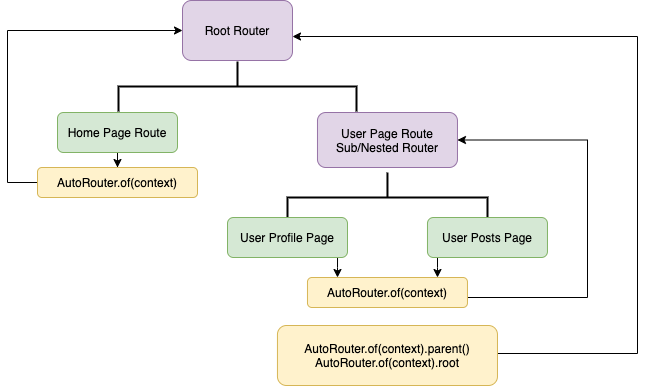
Before: art/scoped_routers_demo.png, a diagram exported from draw.io (Milad-Akarie/auto_route_library). Source tidied: cells renumbered, new cells last; positions are measured from the earlier drawing's top-left corner, leaving out a move shared by most shapes. The source it was exported from:
```xml
<mxGraphModel background="#FFFFFF">
  <root>
    <mxCell id="0" />
    <mxCell id="1" parent="0" />
    <mxCell id="2" value="Root Router" style="rounded=1;whiteSpace=wrap;html=1;fillColor=#e1d5e7;strokeColor=#9673a6;" parent="1" vertex="1">
      <mxGeometry x="175" y="33" width="110" height="60" as="geometry" />
    </mxCell>
    <mxCell id="3" style="edgeStyle=orthogonalEdgeStyle;rounded=0;orthogonalLoop=1;jettySize=auto;html=1;exitX=0.5;exitY=1;exitDx=0;exitDy=0;" parent="1" edge="1" source="2" target="2">
      <mxGeometry relative="1" as="geometry" />
    </mxCell>
    <mxCell id="4" style="edgeStyle=orthogonalEdgeStyle;rounded=0;jettySize=auto;html=1;entryX=0.5;entryY=0;entryDx=0;entryDy=0;" parent="1" edge="1" source="5" target="16">
      <mxGeometry relative="1" as="geometry" />
    </mxCell>
    <mxCell id="5" value="Home Page Route" style="rounded=1;whiteSpace=wrap;html=1;fillColor=#d5e8d4;strokeColor=#82b366;" parent="1" vertex="1">
      <mxGeometry x="50" y="145" width="120" height="40" as="geometry" />
    </mxCell>
    <mxCell id="6" value="User Page Route&lt;br&gt;Sub/Nested Router" style="rounded=1;whiteSpace=wrap;html=1;fillColor=#e1d5e7;strokeColor=#9673a6;" parent="1" vertex="1">
      <mxGeometry x="310" y="145" width="140" height="55" as="geometry" />
    </mxCell>
    <mxCell id="7" style="strokeWidth=2;html=1;shape=mxgraph.flowchart.annotation_2;align=left;labelPosition=right;fillColor=#FFCCE6;rotation=90;" parent="1" vertex="1">
      <mxGeometry x="205" width="50" height="238" as="geometry" />
    </mxCell>
    <mxCell id="8" style="strokeWidth=2;html=1;shape=mxgraph.flowchart.annotation_2;align=left;labelPosition=right;fillColor=#FFCCE6;rotation=90;" parent="1" vertex="1">
      <mxGeometry x="355" y="130" width="50" height="200" as="geometry" />
    </mxCell>
    <mxCell id="9" style="edgeStyle=orthogonalEdgeStyle;rounded=0;jettySize=auto;html=1;exitX=0.917;exitY=1;exitDx=0;exitDy=0;exitPerimeter=0;" parent="1" edge="1" source="10" target="14">
      <mxGeometry relative="1" as="geometry">
        <Array as="points">
          <mxPoint x="330" y="300" />
          <mxPoint x="330" y="300" />
        </Array>
      </mxGeometry>
    </mxCell>
    <mxCell id="10" value="User Profile Page" style="rounded=1;whiteSpace=wrap;html=1;fillColor=#d5e8d4;strokeColor=#82b366;" parent="1" vertex="1">
      <mxGeometry x="220" y="250" width="120" height="40" as="geometry" />
    </mxCell>
    <mxCell id="11" style="edgeStyle=orthogonalEdgeStyle;rounded=0;jettySize=auto;html=1;" parent="1" edge="1" source="12" target="14">
      <mxGeometry relative="1" as="geometry">
        <Array as="points">
          <mxPoint x="430" y="300" />
          <mxPoint x="430" y="300" />
        </Array>
      </mxGeometry>
    </mxCell>
    <mxCell id="12" value="User Posts Page" style="rounded=1;whiteSpace=wrap;html=1;fillColor=#d5e8d4;strokeColor=#82b366;" parent="1" vertex="1">
      <mxGeometry x="420" y="250" width="120" height="40" as="geometry" />
    </mxCell>
    <mxCell id="13" style="edgeStyle=orthogonalEdgeStyle;rounded=0;jettySize=auto;html=1;entryX=1;entryY=0.5;entryDx=0;entryDy=0;" parent="1" edge="1" source="14" target="6">
      <mxGeometry relative="1" as="geometry">
        <Array as="points">
          <mxPoint x="580" y="330" />
          <mxPoint x="580" y="173" />
        </Array>
      </mxGeometry>
    </mxCell>
    <mxCell id="14" value="AutoRouter.of(context)" style="rounded=1;whiteSpace=wrap;html=1;fillColor=#fff2cc;strokeColor=#d6b656;" parent="1" vertex="1">
      <mxGeometry x="300" y="310" width="160" height="30" as="geometry" />
    </mxCell>
    <mxCell id="15" style="edgeStyle=orthogonalEdgeStyle;rounded=0;jettySize=auto;html=1;entryX=0;entryY=0.5;entryDx=0;entryDy=0;" parent="1" edge="1" source="16" target="2">
      <mxGeometry relative="1" as="geometry">
        <Array as="points">
          <mxPoint y="215" />
          <mxPoint y="63" />
        </Array>
      </mxGeometry>
    </mxCell>
    <mxCell id="16" value="AutoRouter.of(context)" style="rounded=1;whiteSpace=wrap;html=1;fillColor=#fff2cc;strokeColor=#d6b656;" parent="1" vertex="1">
      <mxGeometry x="30" y="200" width="160" height="30" as="geometry" />
    </mxCell>
    <mxCell id="17" style="edgeStyle=orthogonalEdgeStyle;rounded=0;orthogonalLoop=1;jettySize=auto;html=1;entryX=1;entryY=0.5;entryDx=0;entryDy=0;" parent="1" edge="1">
      <mxGeometry relative="1" as="geometry">
        <mxPoint x="490" y="386" as="sourcePoint" />
        <mxPoint x="285" y="69" as="targetPoint" />
        <Array as="points">
          <mxPoint x="630" y="386" />
          <mxPoint x="630" y="69" />
        </Array>
      </mxGeometry>
    </mxCell>
    <mxCell id="18" value="AutoRouter.of(context).parent()&lt;br&gt;AutoRouter.of(context).root" style="rounded=1;whiteSpace=wrap;html=1;fillColor=#fff2cc;strokeColor=#d6b656;" parent="1" vertex="1">
      <mxGeometry x="269.9" y="358" width="220" height="60" as="geometry" />
    </mxCell>
  </root>
</mxGraphModel>
```
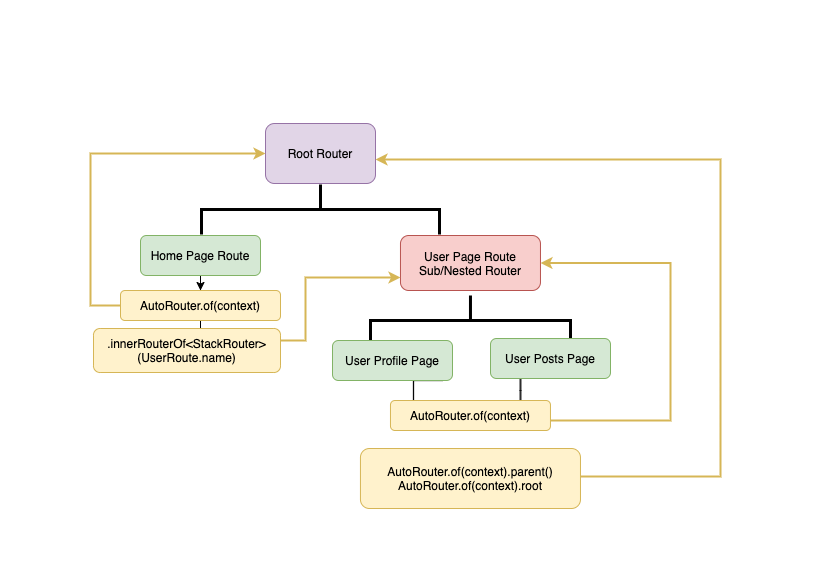
Later version of the same file.

Commit message:
Fix path parameters are assigned an undefined var when alias is different than param name.

What changed in the source:
```diff
@@ -14,27 +14,26 @@
     <mxCell id="5" value="Home Page Route" style="rounded=1;whiteSpace=wrap;html=1;fillColor=#d5e8d4;strokeColor=#82b366;" parent="1" vertex="1">
       <mxGeometry x="50" y="145" width="120" height="40" as="geometry" />
     </mxCell>
-    <mxCell id="6" value="User Page Route&lt;br&gt;Sub/Nested Router" style="rounded=1;whiteSpace=wrap;html=1;fillColor=#e1d5e7;strokeColor=#9673a6;" parent="1" vertex="1">
+    <mxCell id="6" value="User Page Route&lt;br&gt;Sub/Nested Router" style="rounded=1;whiteSpace=wrap;html=1;fillColor=#f8cecc;strokeColor=#b85450;" parent="1" vertex="1">
       <mxGeometry x="310" y="145" width="140" height="55" as="geometry" />
     </mxCell>
-    <mxCell id="7" style="strokeWidth=2;html=1;shape=mxgraph.flowchart.annotation_2;align=left;labelPosition=right;fillColor=#FFCCE6;rotation=90;" parent="1" vertex="1">
+    <mxCell id="7" style="strokeWidth=3;html=1;shape=mxgraph.flowchart.annotation_2;align=left;labelPosition=right;fillColor=#FFCCE6;rotation=90;" parent="1" vertex="1">
       <mxGeometry x="205" width="50" height="238" as="geometry" />
     </mxCell>
-    <mxCell id="8" style="strokeWidth=2;html=1;shape=mxgraph.flowchart.annotation_2;align=left;labelPosition=right;fillColor=#FFCCE6;rotation=90;" parent="1" vertex="1">
+    <mxCell id="8" style="strokeWidth=3;html=1;shape=mxgraph.flowchart.annotation_2;align=left;labelPosition=right;fillColor=#FFCCE6;rotation=90;" parent="1" vertex="1">
       <mxGeometry x="355" y="130" width="50" height="200" as="geometry" />
     </mxCell>
-    <mxCell id="9" style="edgeStyle=orthogonalEdgeStyle;rounded=0;jettySize=auto;html=1;exitX=0.917;exitY=1;exitDx=0;exitDy=0;exitPerimeter=0;" parent="1" edge="1" source="10" target="14">
+    <mxCell id="9" style="edgeStyle=orthogonalEdgeStyle;rounded=0;jettySize=auto;html=1;exitX=0.917;exitY=1;exitDx=0;exitDy=0;exitPerimeter=0;shape=link;width=0.2777777777777768;" parent="1" edge="1" source="10" target="14">
       <mxGeometry relative="1" as="geometry">
         <Array as="points">
-          <mxPoint x="330" y="300" />
-          <mxPoint x="330" y="300" />
+          <mxPoint x="323" y="290" />
         </Array>
       </mxGeometry>
     </mxCell>
     <mxCell id="10" value="User Profile Page" style="rounded=1;whiteSpace=wrap;html=1;fillColor=#d5e8d4;strokeColor=#82b366;" parent="1" vertex="1">
-      <mxGeometry x="220" y="250" width="120" height="40" as="geometry" />
+      <mxGeometry x="242" y="250" width="120" height="40" as="geometry" />
     </mxCell>
-    <mxCell id="11" style="edgeStyle=orthogonalEdgeStyle;rounded=0;jettySize=auto;html=1;" parent="1" edge="1" source="12" target="14">
+    <mxCell id="11" style="edgeStyle=orthogonalEdgeStyle;rounded=0;jettySize=auto;html=1;shape=link;width=-0.8333333333333339;" parent="1" edge="1" source="12" target="14">
       <mxGeometry relative="1" as="geometry">
         <Array as="points">
           <mxPoint x="430" y="300" />
@@ -43,9 +42,9 @@
       </mxGeometry>
     </mxCell>
     <mxCell id="12" value="User Posts Page" style="rounded=1;whiteSpace=wrap;html=1;fillColor=#d5e8d4;strokeColor=#82b366;" parent="1" vertex="1">
-      <mxGeometry x="420" y="250" width="120" height="40" as="geometry" />
+      <mxGeometry x="400" y="248" width="120" height="40" as="geometry" />
     </mxCell>
-    <mxCell id="13" style="edgeStyle=orthogonalEdgeStyle;rounded=0;jettySize=auto;html=1;entryX=1;entryY=0.5;entryDx=0;entryDy=0;" parent="1" edge="1" source="14" target="6">
+    <mxCell id="13" style="edgeStyle=orthogonalEdgeStyle;rounded=0;jettySize=auto;html=1;entryX=1;entryY=0.5;entryDx=0;entryDy=0;strokeWidth=2;fillColor=#fff2cc;strokeColor=#d6b656;" parent="1" edge="1" source="14" target="6">
       <mxGeometry relative="1" as="geometry">
         <Array as="points">
           <mxPoint x="580" y="330" />
@@ -56,7 +55,7 @@
     <mxCell id="14" value="AutoRouter.of(context)" style="rounded=1;whiteSpace=wrap;html=1;fillColor=#fff2cc;strokeColor=#d6b656;" parent="1" vertex="1">
       <mxGeometry x="300" y="310" width="160" height="30" as="geometry" />
     </mxCell>
-    <mxCell id="15" style="edgeStyle=orthogonalEdgeStyle;rounded=0;jettySize=auto;html=1;entryX=0;entryY=0.5;entryDx=0;entryDy=0;" parent="1" edge="1" source="16" target="2">
+    <mxCell id="15" style="edgeStyle=orthogonalEdgeStyle;rounded=0;jettySize=auto;html=1;entryX=0;entryY=0.5;entryDx=0;entryDy=0;strokeWidth=2;fillColor=#fff2cc;strokeColor=#d6b656;" parent="1" edge="1" source="16" target="2">
       <mxGeometry relative="1" as="geometry">
         <Array as="points">
           <mxPoint y="215" />
@@ -64,10 +63,13 @@
         </Array>
       </mxGeometry>
     </mxCell>
+    <mxCell id="19" style="edgeStyle=orthogonalEdgeStyle;rounded=0;jettySize=auto;html=1;" parent="1" edge="1" source="16" target="21">
+      <mxGeometry relative="1" as="geometry" />
+    </mxCell>
     <mxCell id="16" value="AutoRouter.of(context)" style="rounded=1;whiteSpace=wrap;html=1;fillColor=#fff2cc;strokeColor=#d6b656;" parent="1" vertex="1">
       <mxGeometry x="30" y="200" width="160" height="30" as="geometry" />
     </mxCell>
-    <mxCell id="17" style="edgeStyle=orthogonalEdgeStyle;rounded=0;orthogonalLoop=1;jettySize=auto;html=1;entryX=1;entryY=0.5;entryDx=0;entryDy=0;" parent="1" edge="1">
+    <mxCell id="17" style="edgeStyle=orthogonalEdgeStyle;rounded=0;orthogonalLoop=1;jettySize=auto;html=1;entryX=1;entryY=0.5;entryDx=0;entryDy=0;strokeWidth=2;fillColor=#fff2cc;strokeColor=#d6b656;" parent="1" edge="1">
       <mxGeometry relative="1" as="geometry">
         <mxPoint x="490" y="386" as="sourcePoint" />
         <mxPoint x="285" y="69" as="targetPoint" />
@@ -80,5 +82,16 @@
     <mxCell id="18" value="AutoRouter.of(context).parent()&lt;br&gt;AutoRouter.of(context).root" style="rounded=1;whiteSpace=wrap;html=1;fillColor=#fff2cc;strokeColor=#d6b656;" parent="1" vertex="1">
       <mxGeometry x="269.9" y="358" width="220" height="60" as="geometry" />
     </mxCell>
+    <mxCell id="20" style="edgeStyle=orthogonalEdgeStyle;rounded=0;jettySize=auto;html=1;strokeWidth=2;fillColor=#fff2cc;strokeColor=#d6b656;" parent="1" edge="1" source="21" target="6">
+      <mxGeometry relative="1" as="geometry">
+        <Array as="points">
+          <mxPoint x="215" y="250" />
+          <mxPoint x="215" y="187" />
+        </Array>
+      </mxGeometry>
+    </mxCell>
+    <mxCell id="21" value=".innerRouterOf&amp;lt;StackRouter&amp;gt;(UserRoute.name)" style="rounded=1;whiteSpace=wrap;html=1;fillColor=#fff2cc;strokeColor=#d6b656;" parent="1" vertex="1">
+      <mxGeometry x="3" y="238" width="187" height="44" as="geometry" />
+    </mxCell>
   </root>
 </mxGraphModel>
```
